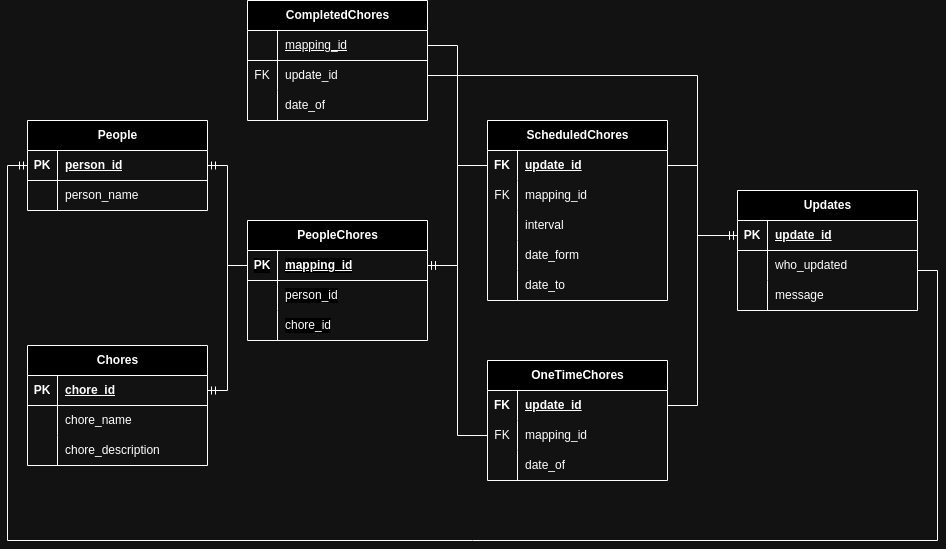
This is database/Chores Manager database.png from typsoon/chores_manager, a draw.io export, as it was before one commit. Source tidied: cells renumbered, new cells last; positions are measured from the earlier drawing's top-left corner, leaving out a move shared by most shapes.
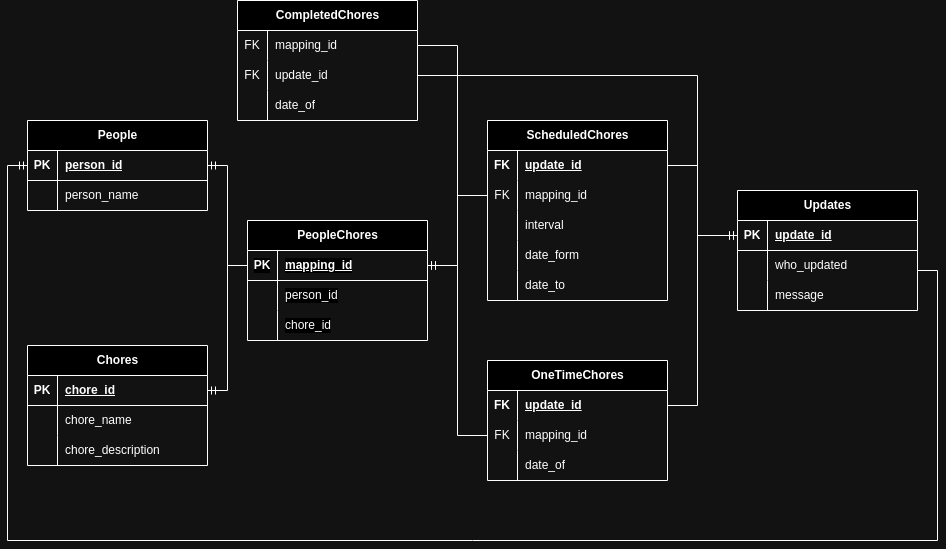
After the change.

Change to the diagram source:
```diff
@@ -178,15 +178,15 @@
       </mxGeometry>
     </mxCell>
     <mxCell id="57" value="CompletedChores" style="shape=table;startSize=30;rowLines=0;fontStyle=1;align=center;html=1;" parent="1" vertex="1">
-      <mxGeometry x="240" width="180" height="120" as="geometry" />
+      <mxGeometry x="230" width="180" height="120" as="geometry" />
     </mxCell>
-    <mxCell id="58" style="shape=tableRow;horizontal=0;startSize=0;swimlaneHead=0;swimlaneBody=0;fillColor=none;points=[[0,0.5],[1,0.5]];portConstraint=eastwest;top=0;left=0;right=0;bottom=1;" parent="57" vertex="1">
-      <mxGeometry y="30" width="180" height="30" as="geometry" />
-    </mxCell>
-    <mxCell id="59" style="shape=partialRectangle;fillColor=none;top=0;left=0;bottom=0;right=0;fontStyle=1;overflow=hidden;whiteSpace=wrap;html=1;" parent="58" vertex="1">
-      <mxGeometry width="30" height="30" as="geometry" />
-    </mxCell>
+    <mxCell id="84" style="shape=tableRow;horizontal=0;startSize=0;swimlaneHead=0;swimlaneBody=0;fillColor=none;top=0;left=0;right=0;bottom=0;" parent="57" vertex="1">
+      <mxGeometry y="30" width="180" height="30" as="geometry" />
+    </mxCell>
+    <mxCell id="85" value="FK" style="shape=partialRectangle;fillColor=none;top=0;left=0;bottom=0;right=0;overflow=hidden;whiteSpace=wrap;html=1;" parent="84" vertex="1">
+      <mxGeometry width="30" height="30" as="geometry" />
+    </mxCell>
-    <mxCell id="60" value="&lt;span style=&quot;font-weight: normal;&quot;&gt;mapping_id&lt;/span&gt;" style="shape=partialRectangle;fillColor=none;top=0;left=0;bottom=0;right=0;align=left;spacingLeft=6;fontStyle=5;overflow=hidden;whiteSpace=wrap;html=1;" parent="58" vertex="1">
+    <mxCell id="60" value="mapping_id" style="shape=partialRectangle;fillColor=none;top=0;left=0;bottom=0;right=0;align=left;spacingLeft=6;overflow=hidden;whiteSpace=wrap;html=1;" parent="84" vertex="1">
       <mxGeometry x="30" width="150" height="30" as="geometry" />
     </mxCell>
     <mxCell id="61" style="shape=tableRow;horizontal=0;startSize=0;swimlaneHead=0;swimlaneBody=0;fillColor=none;points=[[0,0.5],[1,0.5]];portConstraint=eastwest;top=0;left=0;right=0;bottom=0;" parent="57" vertex="1">
@@ -256,7 +256,7 @@
     <mxCell id="79" style="edgeStyle=orthogonalEdgeStyle;fontSize=12;html=1;endArrow=ERmandOne;rounded=0;strokeColor=default;align=center;verticalAlign=middle;fontFamily=Helvetica;fontColor=default;labelBackgroundColor=default;entryX=1;entryY=0.5;entryDx=0;entryDy=0;exitX=0;exitY=0.5;exitDx=0;exitDy=0;" parent="1" edge="1" source="23" target="68">
       <mxGeometry relative="1" as="geometry">
         <Array as="points">
-          <mxPoint x="450" y="165" />
+          <mxPoint x="450" y="195" />
           <mxPoint x="450" y="265" />
         </Array>
       </mxGeometry>
@@ -269,8 +269,9 @@
         </Array>
       </mxGeometry>
     </mxCell>
-    <mxCell id="81" style="edgeStyle=orthogonalEdgeStyle;fontSize=12;html=1;endArrow=ERmandOne;rounded=0;strokeColor=default;align=center;verticalAlign=middle;fontFamily=Helvetica;fontColor=default;labelBackgroundColor=default;exitX=1;exitY=0.5;exitDx=0;exitDy=0;entryX=1;entryY=0.5;entryDx=0;entryDy=0;" parent="1" edge="1" source="58" target="68">
+    <mxCell id="81" style="edgeStyle=orthogonalEdgeStyle;fontSize=12;html=1;endArrow=ERmandOne;rounded=0;strokeColor=default;align=center;verticalAlign=middle;fontFamily=Helvetica;fontColor=default;labelBackgroundColor=default;exitX=1;exitY=0.5;exitDx=0;exitDy=0;entryX=1;entryY=0.5;entryDx=0;entryDy=0;" parent="1" edge="1" target="68">
       <mxGeometry relative="1" as="geometry">
+        <mxPoint x="410" y="45" as="sourcePoint" />
         <Array as="points">
           <mxPoint x="450" y="45" />
           <mxPoint x="450" y="265" />
```
